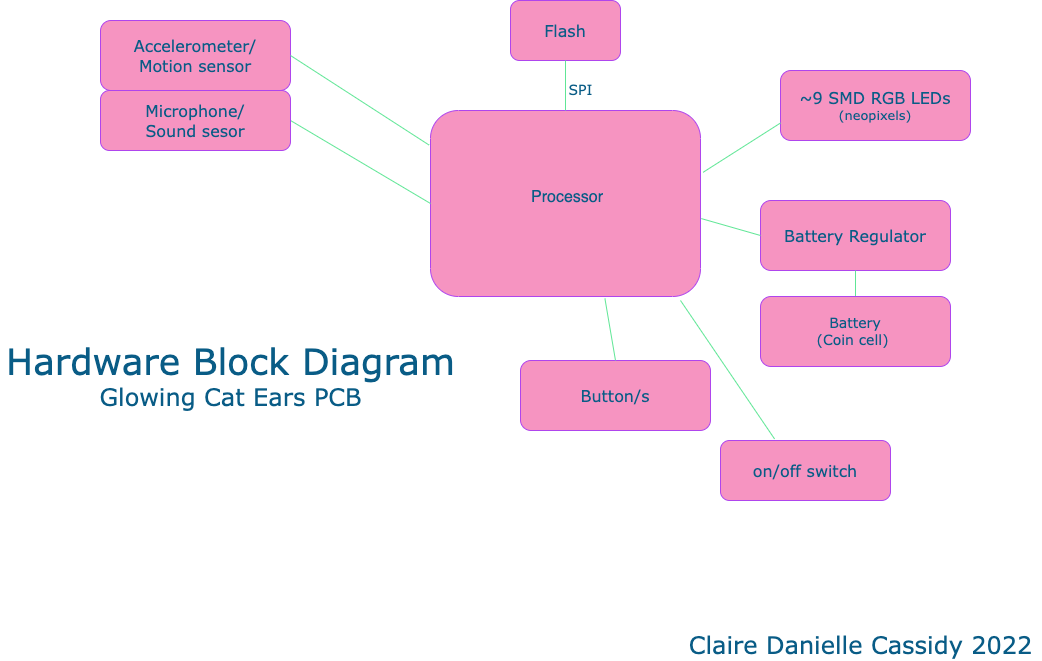
Before: week-1-exercise/hardware-block-diagram-week-1.png, a diagram exported from draw.io (SlumberParty/claires-making-embedded-systems-coursework). Source tidied: cells renumbered, new cells last; positions are measured from the earlier drawing's top-left corner, leaving out a move shared by most shapes.
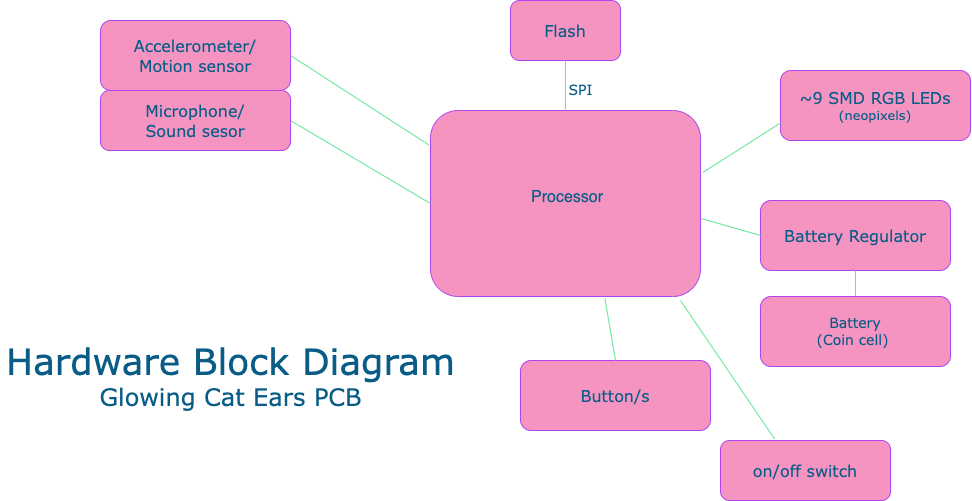
The same file after the commit.

What changed in the source:
```diff
@@ -56,9 +56,6 @@
     <mxCell id="19" value="&lt;font&gt;&lt;font style=&quot;font-size: 36px&quot;&gt;Hardware Block Diagram&lt;/font&gt;&lt;br&gt;&lt;font style=&quot;font-size: 24px&quot;&gt;Glowing Cat Ears PCB&lt;/font&gt;&lt;br&gt;&lt;/font&gt;" style="text;html=1;align=center;verticalAlign=middle;strokeColor=none;fillColor=none;fontSize=14;fontFamily=Verdana;fontColor=#095C86;rounded=1;" parent="1" vertex="1">
       <mxGeometry y="350" width="460" height="50" as="geometry" />
     </mxCell>
-    <mxCell id="20" value="Claire Danielle Cassidy 2022" style="text;html=1;align=center;verticalAlign=middle;strokeColor=none;fillColor=none;fontSize=24;fontFamily=Verdana;fontColor=#095C86;rounded=1;" parent="1" vertex="1">
-      <mxGeometry x="680" y="630" width="360" height="30" as="geometry" />
-    </mxCell>
     <mxCell id="21" value="&lt;font size=&quot;3&quot;&gt;on/off switch&lt;/font&gt;" style="rounded=1;whiteSpace=wrap;html=1;fontFamily=Verdana;fontSize=13;fillColor=#F694C1;strokeColor=#AF45ED;fontColor=#095C86;" parent="1" vertex="1">
       <mxGeometry x="720" y="440" width="170" height="60" as="geometry" />
     </mxCell>
```
